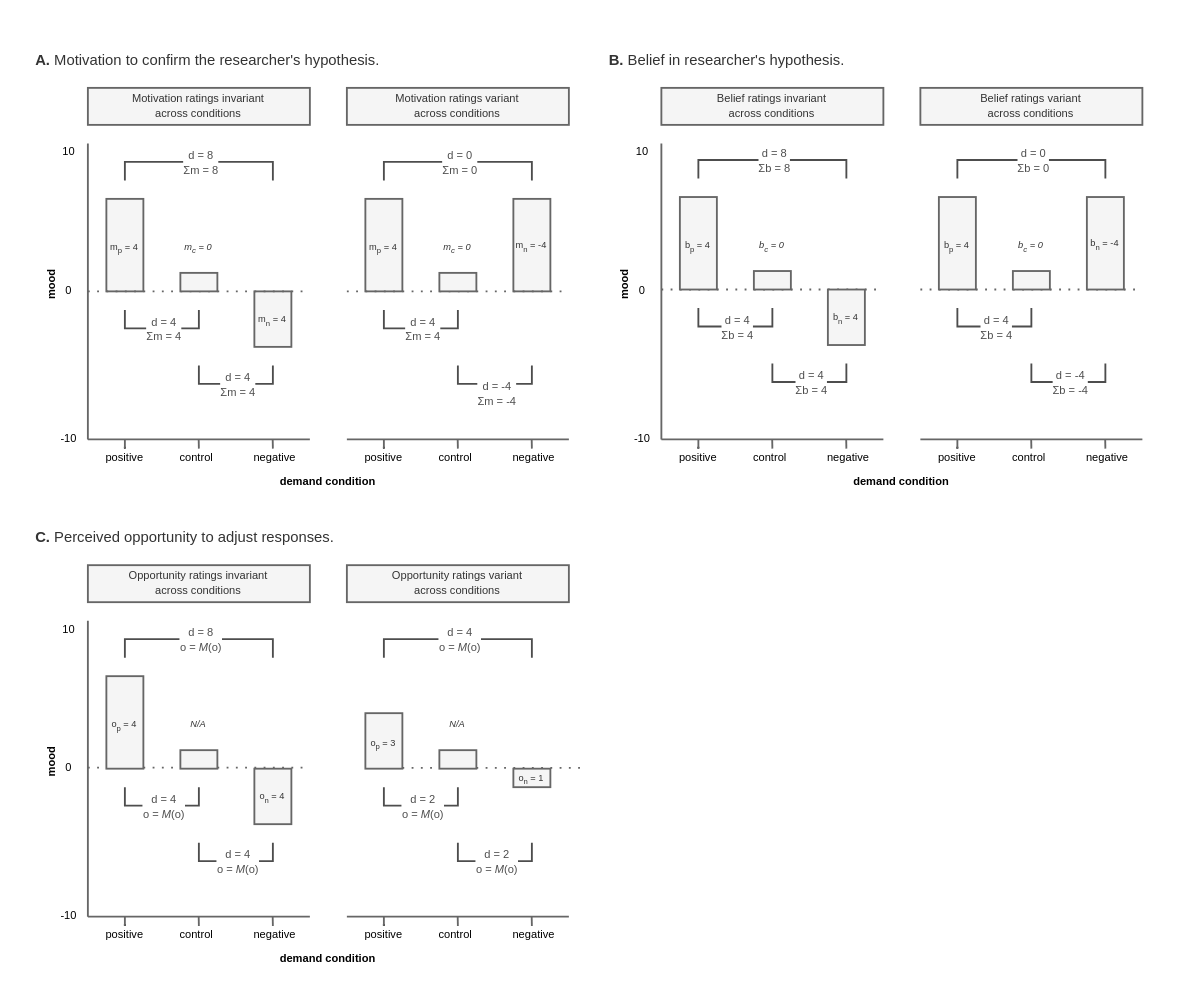
Above: page "MODS" (3 of 14) of images/metaware_figures.drawio in ColesNicholas/metaware (draw.io), before the change. Source tidied: cells renumbered, new cells numbered last; positions are measured from the earlier drawing's top-left corner, leaving out a move shared by most shapes. Both pictures are drawn from the tidied source at 185%, with x=0, y=0 at pixel (-6, 31).
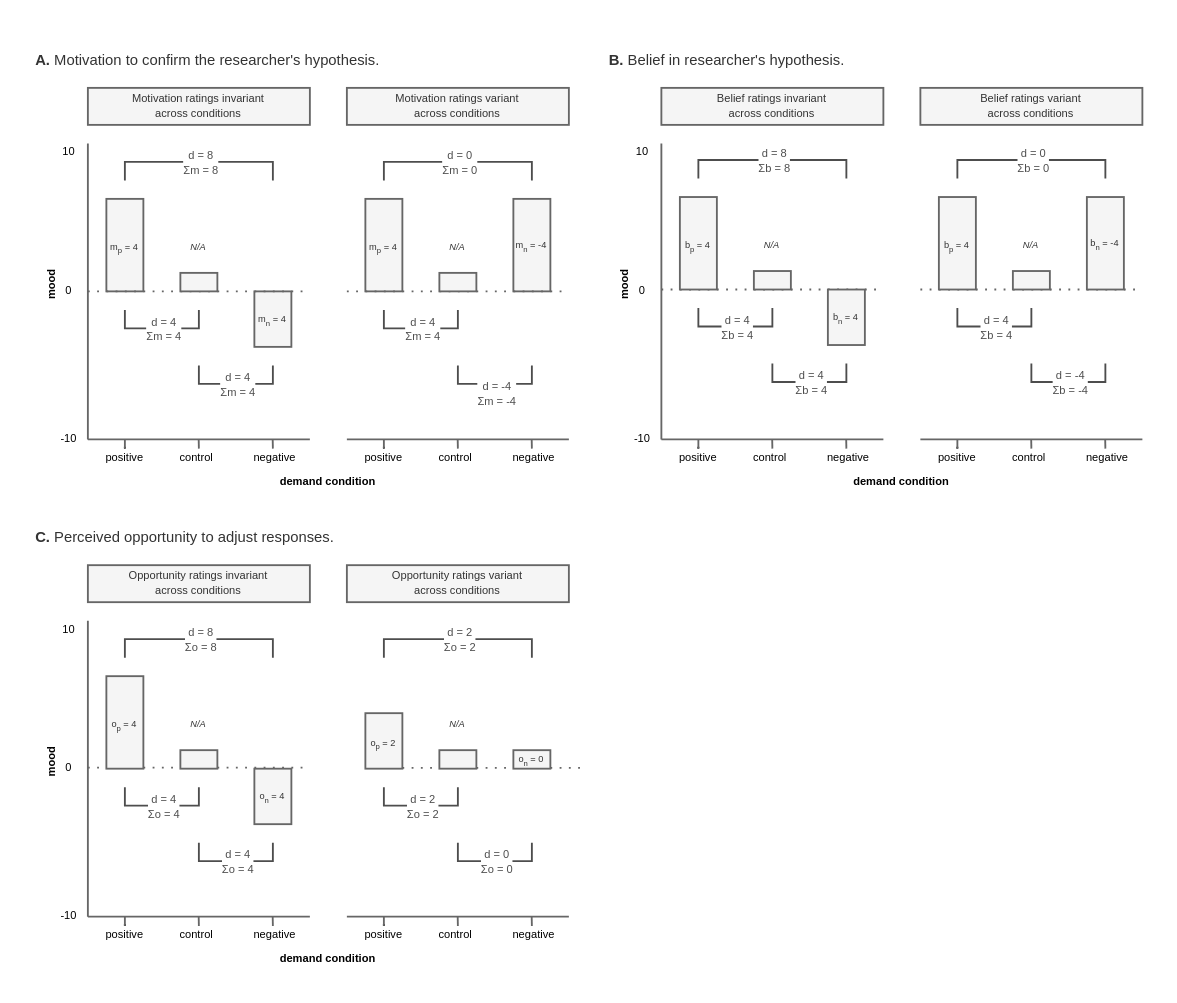
The same page after the edit.

The change refers to these unchanged cells:
```xml
<mxCell id="40" style="endArrow=none;html=1;rounded=0;fontSize=9;fillColor=#f5f5f5;strokeColor=#4D4D4D;fontColor=#B3B3B3;" parent="1" edge="1">
  <mxGeometry relative="1" as="geometry">
    <mxPoint x="70" y="408" as="sourcePoint" />
    <mxPoint x="110" y="408" as="targetPoint" />
    <Array as="points">
      <mxPoint x="70" y="418" />
      <mxPoint x="110" y="418" />
    </Array>
  </mxGeometry>
</mxCell>
<mxCell id="42" style="endArrow=none;html=1;rounded=0;fontSize=9;fillColor=#f5f5f5;strokeColor=#4D4D4D;entryX=0.5;entryY=1;entryDx=0;entryDy=0;fontColor=#B3B3B3;" parent="1" edge="1">
  <mxGeometry relative="1" as="geometry">
    <mxPoint x="110" y="438" as="sourcePoint" />
    <mxPoint x="150" y="438" as="targetPoint" />
    <Array as="points">
      <mxPoint x="110" y="448" />
      <mxPoint x="150" y="448" />
    </Array>
  </mxGeometry>
</mxCell>
<mxCell id="44" style="endArrow=none;html=1;rounded=0;fontSize=9;fillColor=#f5f5f5;strokeColor=#4D4D4D;fontColor=#B3B3B3;" parent="1" edge="1">
  <mxGeometry relative="1" as="geometry">
    <mxPoint x="70" y="338" as="sourcePoint" />
    <mxPoint x="150" y="338" as="targetPoint" />
    <Array as="points">
      <mxPoint x="70" y="328" />
      <mxPoint x="150" y="328" />
    </Array>
  </mxGeometry>
</mxCell>
<mxCell id="72" style="endArrow=none;html=1;rounded=0;fontSize=9;fillColor=#f5f5f5;strokeColor=#4D4D4D;fontColor=#B3B3B3;" parent="1" edge="1">
  <mxGeometry relative="1" as="geometry">
    <mxPoint x="210" y="408" as="sourcePoint" />
    <mxPoint x="250" y="408" as="targetPoint" />
    <Array as="points">
      <mxPoint x="210" y="418" />
      <mxPoint x="250" y="418" />
    </Array>
  </mxGeometry>
</mxCell>
<mxCell id="74" style="endArrow=none;html=1;rounded=0;fontSize=9;fillColor=#f5f5f5;strokeColor=#4D4D4D;entryX=0.5;entryY=1;entryDx=0;entryDy=0;fontColor=#B3B3B3;" parent="1" edge="1">
  <mxGeometry relative="1" as="geometry">
    <mxPoint x="250" y="438" as="sourcePoint" />
    <mxPoint x="290" y="438" as="targetPoint" />
    <Array as="points">
      <mxPoint x="250" y="448" />
      <mxPoint x="290" y="448" />
    </Array>
  </mxGeometry>
</mxCell>
<mxCell id="76" style="endArrow=none;html=1;rounded=0;fontSize=9;fillColor=#f5f5f5;strokeColor=#4D4D4D;fontColor=#B3B3B3;" parent="1" edge="1">
  <mxGeometry relative="1" as="geometry">
    <mxPoint x="210" y="338" as="sourcePoint" />
    <mxPoint x="290" y="338" as="targetPoint" />
    <Array as="points">
      <mxPoint x="210" y="328" />
      <mxPoint x="290" y="328" />
    </Array>
  </mxGeometry>
</mxCell>
```

Change to the diagram source:
```diff
@@
-    <mxCell id="41" value="d = 4&lt;br&gt;o =&amp;nbsp;&lt;i&gt;M&lt;/i&gt;(o)" style="edgeLabel;html=1;align=center;verticalAlign=middle;fontSize=6;fontColor=#4D4D4D;" parent="40" vertex="1">
+    <mxCell id="41" value="d = 4&lt;br&gt;Σo = 4" style="edgeLabel;html=1;align=center;verticalAlign=middle;fontSize=6;fontColor=#4D4D4D;" parent="40" vertex="1">
       <mxGeometry x="0.18" y="2" relative="1" as="geometry">
         <mxPoint x="-5" y="2" as="offset" />
       </mxGeometry>
     </mxCell>
@@
-    <mxCell id="43" value="d = 4&lt;br&gt;o =&amp;nbsp;&lt;i&gt;M&lt;/i&gt;(o)" style="edgeLabel;html=1;align=center;verticalAlign=middle;fontSize=6;fontColor=#4D4D4D;" parent="42" vertex="1">
+    <mxCell id="43" value="d = 4&lt;br&gt;Σo = 4" style="edgeLabel;html=1;align=center;verticalAlign=middle;fontSize=6;fontColor=#4D4D4D;" parent="42" vertex="1">
       <mxGeometry x="0.18" y="2" relative="1" as="geometry">
         <mxPoint x="-5" y="2" as="offset" />
       </mxGeometry>
     </mxCell>
@@
-    <mxCell id="45" value="d = 8&lt;br&gt;o = &lt;i&gt;M&lt;/i&gt;(o)" style="edgeLabel;html=1;align=center;verticalAlign=middle;fontSize=6;fontColor=#4D4D4D;" parent="44" vertex="1">
+    <mxCell id="45" value="d = 8&lt;br&gt;Σo = 8" style="edgeLabel;html=1;align=center;verticalAlign=middle;fontSize=6;fontColor=#4D4D4D;" parent="44" vertex="1">
       <mxGeometry x="0.18" y="2" relative="1" as="geometry">
         <mxPoint x="-9" y="2" as="offset" />
       </mxGeometry>
     </mxCell>
@@
-    <mxCell id="47" value="&lt;font style=&quot;font-size: 5px;&quot;&gt;&lt;span style=&quot;color: rgb(51, 51, 51);&quot;&gt;m&lt;/span&gt;&lt;sub style=&quot;color: rgb(51, 51, 51);&quot;&gt;c&lt;/sub&gt;&lt;span style=&quot;color: rgb(51, 51, 51);&quot;&gt;&amp;nbsp;= 0&lt;/span&gt;&lt;/font&gt;" style="text;html=1;strokeColor=none;fillColor=none;align=center;verticalAlign=middle;whiteSpace=wrap;rounded=0;fontSize=9;fontStyle=2;" parent="1" vertex="1">
+    <mxCell id="47" value="&lt;font color=&quot;#333333&quot;&gt;&lt;span style=&quot;font-size: 5px;&quot;&gt;N/A&lt;/span&gt;&lt;/font&gt;" style="text;html=1;strokeColor=none;fillColor=none;align=center;verticalAlign=middle;whiteSpace=wrap;rounded=0;fontSize=9;fontStyle=2;" parent="1" vertex="1">
       <mxGeometry x="100" y="100" width="20" height="30" as="geometry" />
     </mxCell>
-    <mxCell id="48" value="&lt;font style=&quot;&quot;&gt;&lt;span style=&quot;color: rgb(51, 51, 51);&quot;&gt;&lt;span style=&quot;font-size: 5px;&quot;&gt;b&lt;sub&gt;c&lt;/sub&gt;&lt;/span&gt;&lt;/span&gt;&lt;span style=&quot;font-size: 5px; color: rgb(51, 51, 51);&quot;&gt;&amp;nbsp;= 0&lt;/span&gt;&lt;/font&gt;" style="text;html=1;strokeColor=none;fillColor=none;align=center;verticalAlign=middle;whiteSpace=wrap;rounded=0;fontSize=9;fontStyle=2;" parent="1" vertex="1">
+    <mxCell id="48" value="&lt;span style=&quot;color: rgb(51, 51, 51); font-size: 5px;&quot;&gt;N/A&lt;/span&gt;" style="text;html=1;strokeColor=none;fillColor=none;align=center;verticalAlign=middle;whiteSpace=wrap;rounded=0;fontSize=9;fontStyle=2;" parent="1" vertex="1">
       <mxGeometry x="410" y="99" width="20" height="30" as="geometry" />
     </mxCell>
@@
-    <mxCell id="70" value="&lt;font style=&quot;&quot;&gt;&lt;span style=&quot;font-size: 5px;&quot;&gt;o&lt;sub&gt;p&lt;/sub&gt;&lt;/span&gt;&lt;span style=&quot;font-size: 5px;&quot;&gt; = 3&lt;/span&gt;&lt;/font&gt;" style="rounded=0;whiteSpace=wrap;html=1;fontSize=9;fillColor=#f5f5f5;strokeColor=#666666;fontColor=#333333;" parent="1" vertex="1">
+    <mxCell id="70" value="&lt;font style=&quot;&quot;&gt;&lt;span style=&quot;font-size: 5px;&quot;&gt;o&lt;sub&gt;p&lt;/sub&gt;&lt;/span&gt;&lt;span style=&quot;font-size: 5px;&quot;&gt; = 2&lt;/span&gt;&lt;/font&gt;" style="rounded=0;whiteSpace=wrap;html=1;fontSize=9;fillColor=#f5f5f5;strokeColor=#666666;fontColor=#333333;" parent="1" vertex="1">
       <mxGeometry x="200" y="368" width="20" height="30" as="geometry" />
     </mxCell>
-    <mxCell id="71" value="&lt;font style=&quot;&quot;&gt;&lt;span style=&quot;font-size: 5px;&quot;&gt;o&lt;sub&gt;n&lt;/sub&gt;&lt;/span&gt; = 1&lt;/font&gt;" style="rounded=0;whiteSpace=wrap;html=1;fontSize=5;fillColor=#f5f5f5;strokeColor=#666666;fontColor=#333333;" parent="1" vertex="1">
-      <mxGeometry x="280" y="398" width="20" height="10" as="geometry" />
+    <mxCell id="71" value="&lt;font style=&quot;&quot;&gt;&lt;span style=&quot;font-size: 5px;&quot;&gt;o&lt;sub&gt;n&lt;/sub&gt;&lt;/span&gt; = 0&lt;/font&gt;" style="rounded=0;whiteSpace=wrap;html=1;fontSize=5;fillColor=#f5f5f5;strokeColor=#666666;fontColor=#333333;" parent="1" vertex="1">
+      <mxGeometry x="280" y="388" width="20" height="10" as="geometry" />
     </mxCell>
@@
-    <mxCell id="73" value="d = 2&lt;br&gt;o =&amp;nbsp;&lt;i&gt;M&lt;/i&gt;(o)" style="edgeLabel;html=1;align=center;verticalAlign=middle;fontSize=6;fontColor=#4D4D4D;" parent="72" vertex="1">
+    <mxCell id="73" value="d = 2&lt;br&gt;Σo = 2" style="edgeLabel;html=1;align=center;verticalAlign=middle;fontSize=6;fontColor=#4D4D4D;" parent="72" vertex="1">
       <mxGeometry x="0.18" y="2" relative="1" as="geometry">
         <mxPoint x="-5" y="2" as="offset" />
       </mxGeometry>
     </mxCell>
@@
-    <mxCell id="75" value="d = 2&lt;br&gt;o =&amp;nbsp;&lt;i&gt;M&lt;/i&gt;(o)" style="edgeLabel;html=1;align=center;verticalAlign=middle;fontSize=6;fontColor=#4D4D4D;" parent="74" vertex="1">
+    <mxCell id="75" value="d = 0&lt;br&gt;Σo = 0" style="edgeLabel;html=1;align=center;verticalAlign=middle;fontSize=6;fontColor=#4D4D4D;" parent="74" vertex="1">
       <mxGeometry x="0.18" y="2" relative="1" as="geometry">
         <mxPoint x="-5" y="2" as="offset" />
       </mxGeometry>
     </mxCell>
@@
-    <mxCell id="77" value="d = 4&lt;br&gt;o = &lt;i&gt;M&lt;/i&gt;(o)" style="edgeLabel;html=1;align=center;verticalAlign=middle;fontSize=6;fontColor=#4D4D4D;" parent="76" vertex="1">
+    <mxCell id="77" value="d = 2&lt;br&gt;Σo = 2" style="edgeLabel;html=1;align=center;verticalAlign=middle;fontSize=6;fontColor=#4D4D4D;" parent="76" vertex="1">
       <mxGeometry x="0.18" y="2" relative="1" as="geometry">
         <mxPoint x="-9" y="2" as="offset" />
       </mxGeometry>
     </mxCell>
@@
-    <mxCell id="79" value="&lt;font style=&quot;font-size: 5px;&quot;&gt;&lt;span style=&quot;color: rgb(51, 51, 51);&quot;&gt;m&lt;/span&gt;&lt;sub style=&quot;color: rgb(51, 51, 51);&quot;&gt;c&lt;/sub&gt;&lt;span style=&quot;color: rgb(51, 51, 51);&quot;&gt;&amp;nbsp;= 0&lt;/span&gt;&lt;/font&gt;" style="text;html=1;strokeColor=none;fillColor=none;align=center;verticalAlign=middle;whiteSpace=wrap;rounded=0;fontSize=9;fontStyle=2;" parent="1" vertex="1">
+    <mxCell id="79" value="&lt;span style=&quot;color: rgb(51, 51, 51); font-size: 5px;&quot;&gt;N/A&lt;/span&gt;" style="text;html=1;strokeColor=none;fillColor=none;align=center;verticalAlign=middle;whiteSpace=wrap;rounded=0;fontSize=9;fontStyle=2;" parent="1" vertex="1">
       <mxGeometry x="240" y="100" width="20" height="30" as="geometry" />
     </mxCell>
-    <mxCell id="80" value="&lt;font style=&quot;&quot;&gt;&lt;span style=&quot;color: rgb(51, 51, 51);&quot;&gt;&lt;span style=&quot;font-size: 5px;&quot;&gt;b&lt;sub&gt;c&lt;/sub&gt;&lt;/span&gt;&lt;/span&gt;&lt;span style=&quot;font-size: 5px; color: rgb(51, 51, 51);&quot;&gt;&amp;nbsp;= 0&lt;/span&gt;&lt;/font&gt;" style="text;html=1;strokeColor=none;fillColor=none;align=center;verticalAlign=middle;whiteSpace=wrap;rounded=0;fontSize=9;fontStyle=2;" parent="1" vertex="1">
+    <mxCell id="80" value="&lt;span style=&quot;color: rgb(51, 51, 51); font-size: 5px;&quot;&gt;N/A&lt;/span&gt;" style="text;html=1;strokeColor=none;fillColor=none;align=center;verticalAlign=middle;whiteSpace=wrap;rounded=0;fontSize=9;fontStyle=2;" parent="1" vertex="1">
       <mxGeometry x="550" y="99" width="20" height="30" as="geometry" />
     </mxCell>
```
